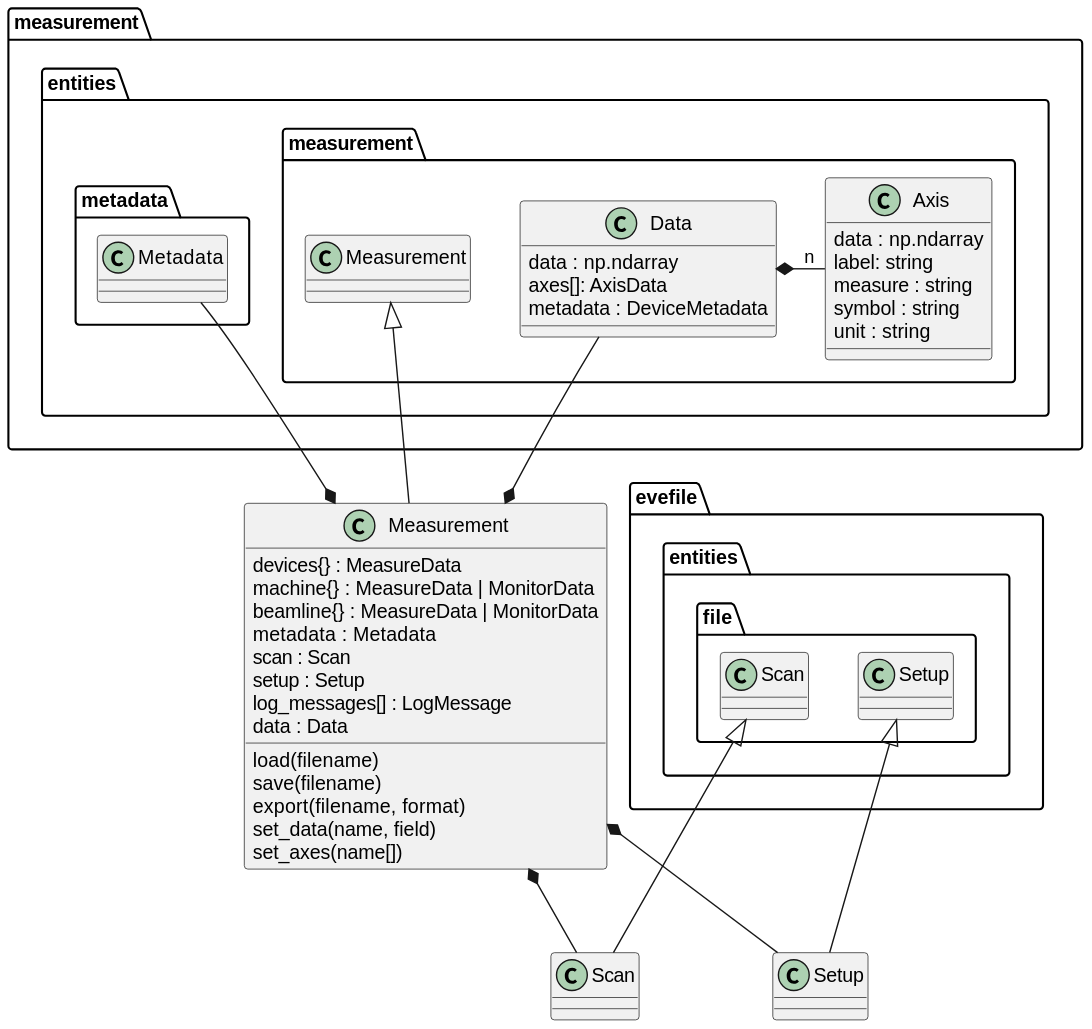
Above: docs/uml/evedata.measurement.boundaries.measurement.svg in tillbiskup/evedata (PlantUML), before the change. The source it was exported from:
```plantuml
@startuml

class Measurement extends measurement.entities.measurement.Measurement {
    devices{} : MeasureData
    machine{} : MeasureData | MonitorData
    beamline{} : MeasureData | MonitorData
    metadata : Metadata
    scan : Scan
    setup : Setup
    log_messages[] : LogMessage
    data : Data

    load(filename)
    save(filename)
    export(filename, format)
    set_data(name, field)
    set_axes(name[])
}

Measurement *-- measurement.entities.metadata.Metadata
Measurement *-- Scan
Measurement *-- Setup

class evefile.entities.file.Scan {
}

class evefile.entities.file.Setup {
}

class Scan extends evefile.entities.file.Scan

class Setup extends evefile.entities.file.Setup

class measurement.entities.measurement.Data {
    data : np.ndarray
    axes[]: AxisData
    metadata : DeviceMetadata
}

class measurement.entities.measurement.Axis {
    data : np.ndarray
    label: string
    measure : string
    symbol : string
    unit : string
}

Data *-"n" Axis

Data -* Measurement

measurement.entities.metadata.Metadata -[hidden]-> Measurement

measurement.entities.measurement.Data -[hidden]> Measurement
@enduml
```
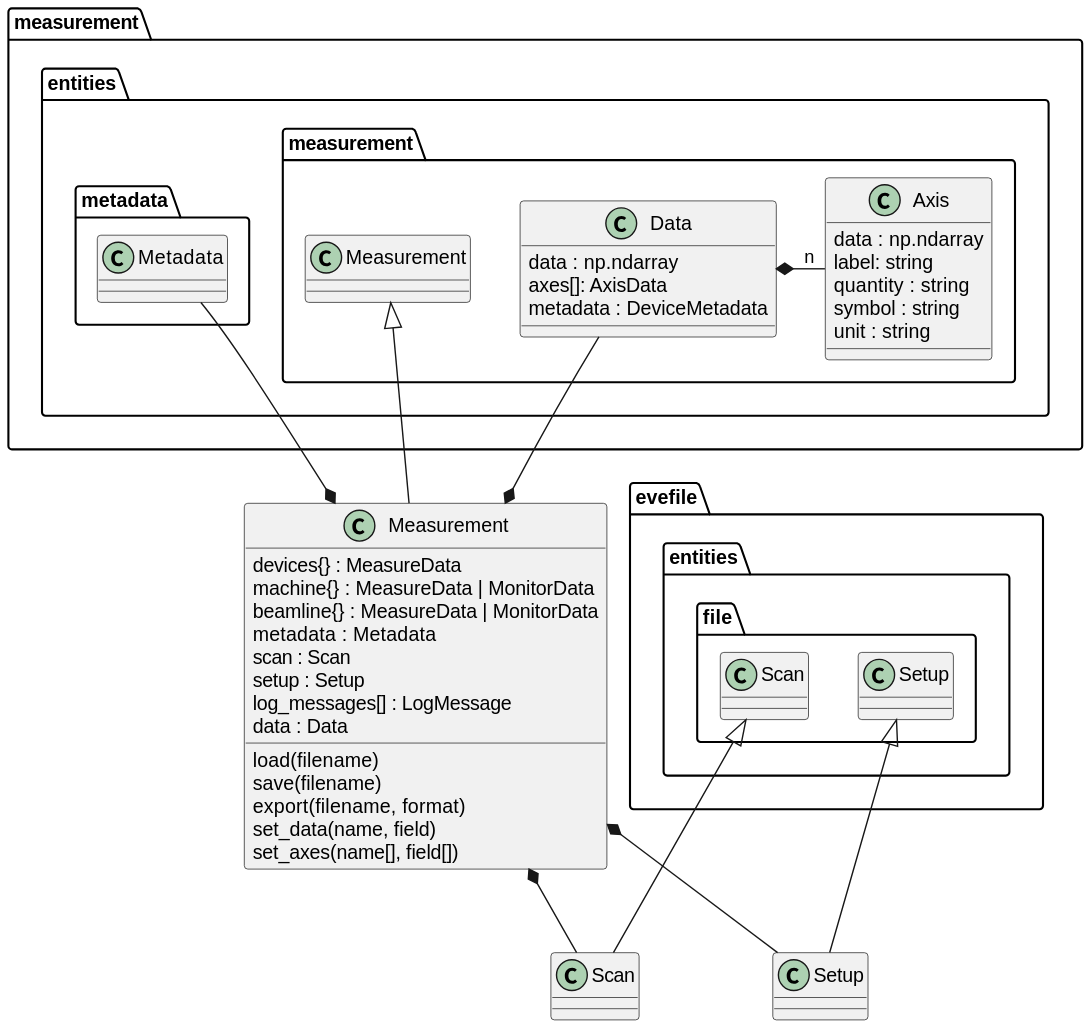
After the change.

Change to the diagram source:
```diff
@@ -14,7 +14,7 @@
     save(filename)
     export(filename, format)
     set_data(name, field)
-    set_axes(name[])
+    set_axes(name[], field[])
 }
 
 Measurement *-- measurement.entities.metadata.Metadata
@@ -40,7 +40,7 @@
 class measurement.entities.measurement.Axis {
     data : np.ndarray
     label: string
-    measure : string
+    quantity : string
     symbol : string
     unit : string
 }
```
